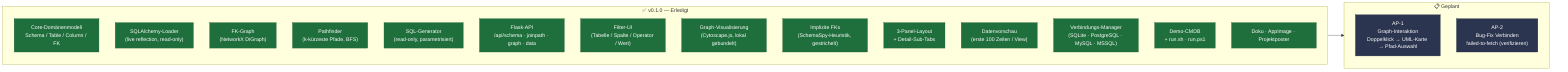
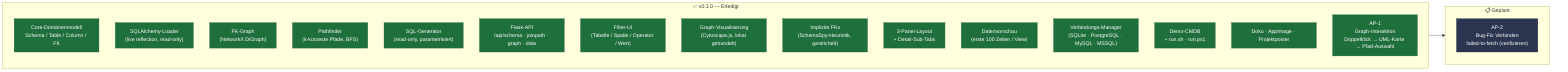
flowchart LR
    classDef done fill:#1f6f3c,color:#fff,stroke:#1a5c32
    classDef wip  fill:#7a5c00,color:#fff,stroke:#5e4600
    classDef plan fill:#2c3550,color:#fff,stroke:#1e2538

    subgraph DONE["✅  v0.1.0 — Erledigt"]
        direction TB
        D1["Core-Domänenmodell\nSchema / Table / Column / FK"]
        D2["SQLAlchemy-Loader\n(live reflection, read-only)"]
        D3["FK-Graph\n(NetworkX DiGraph)"]
        D4["Pathfinder\n(k-kürzeste Pfade, BFS)"]
        D5["SQL-Generator\n(read-only, parametrisiert)"]
        D6["Flask-API\n/api/schema · joinpath · graph · data"]
        D7["Filter-UI\n(Tabelle / Spalte / Operator / Wert)"]
        D8["Graph-Visualisierung\n(Cytoscape.js, lokal gebundelt)"]
        D9["Implizite FKs\n(SchemaSpy-Heuristik, gestrichelt)"]
        D10["3-Panel-Layout\n+ Detail-Sub-Tabs"]
        D11["Datenvorschau\n(erste 100 Zeilen / View)"]
        D12["Verbindungs-Manager\n(SQLite · PostgreSQL · MySQL · MSSQL)"]
        D13["Demo-CMDB\n+ run.sh · run.ps1"]
        D14["Doku · AppImage · Projektposter"]
+         D15["AP-1\nGraph-Interaktion\nDoppelklick → UML-Karte → Pfad-Auswahl"]
    end

    subgraph PLAN["📋  Geplant"]
        direction TB
-         P1["AP-1\nGraph-Interaktion\nDoppelklick → UML-Karte → Pfad-Auswahl"]
        P2["AP-2\nBug-Fix Verbinden\nfailed-to-fetch (verifizieren)"]
    end

    DONE --> PLAN

-     class D1,D2,D3,D4,D5,D6,D7,D8,D9,D10,D11,D12,D13,D14 done
-     class P1,P2 plan
+     class D1,D2,D3,D4,D5,D6,D7,D8,D9,D10,D11,D12,D13,D14,D15 done
+     class P2 plan
